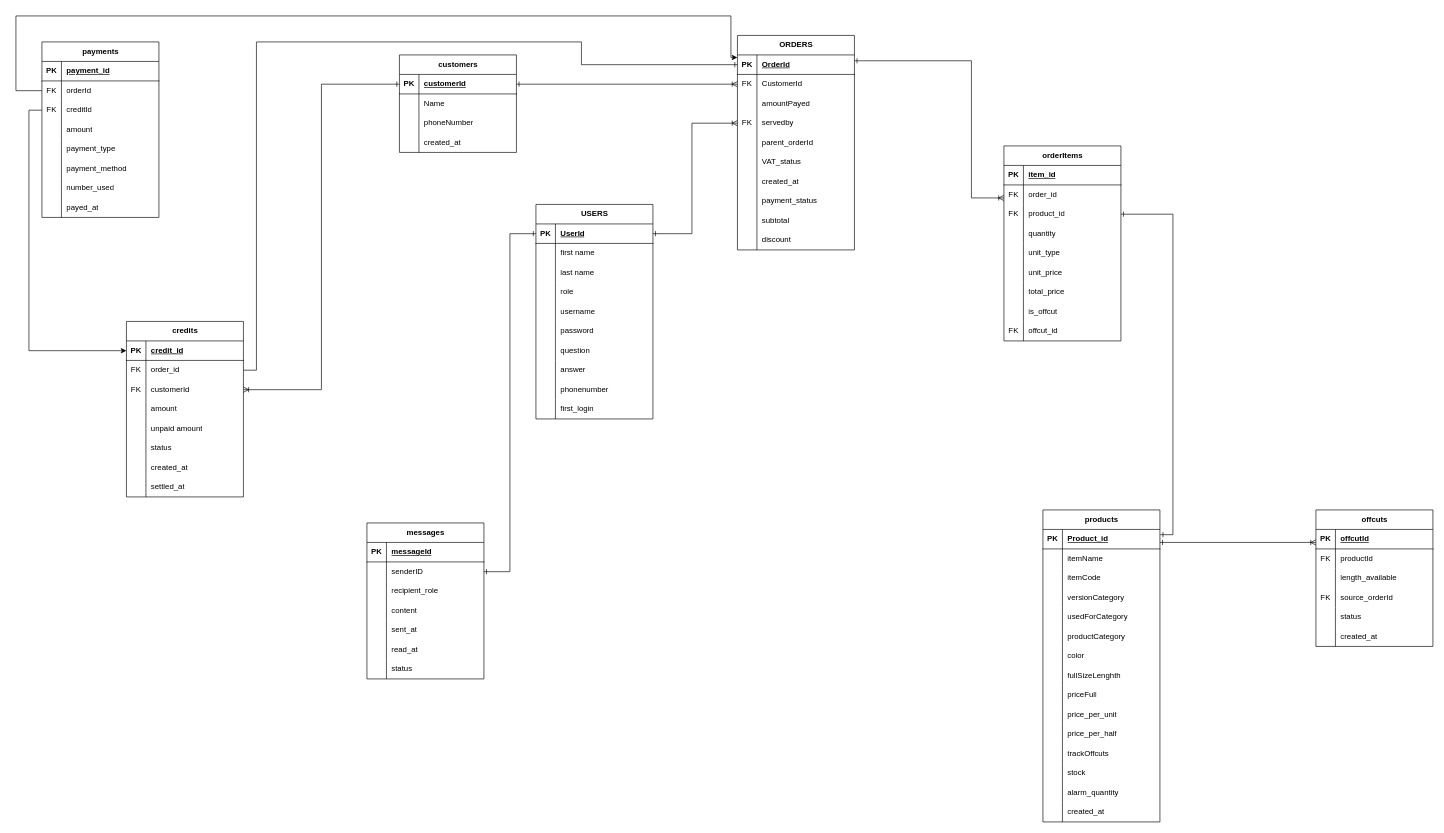
The draw.io diagram emirateCo project diagrams/ERD_DIAGRAM.drawio in mohaski/EmiratesCo-project, before the edit. Source tidied: cells renumbered, new cells numbered last; positions are measured from the earlier drawing's top-left corner, leaving out a move shared by most shapes. Both pictures are drawn from the tidied source at 65%, with x=0, y=0 at pixel (16, 16).
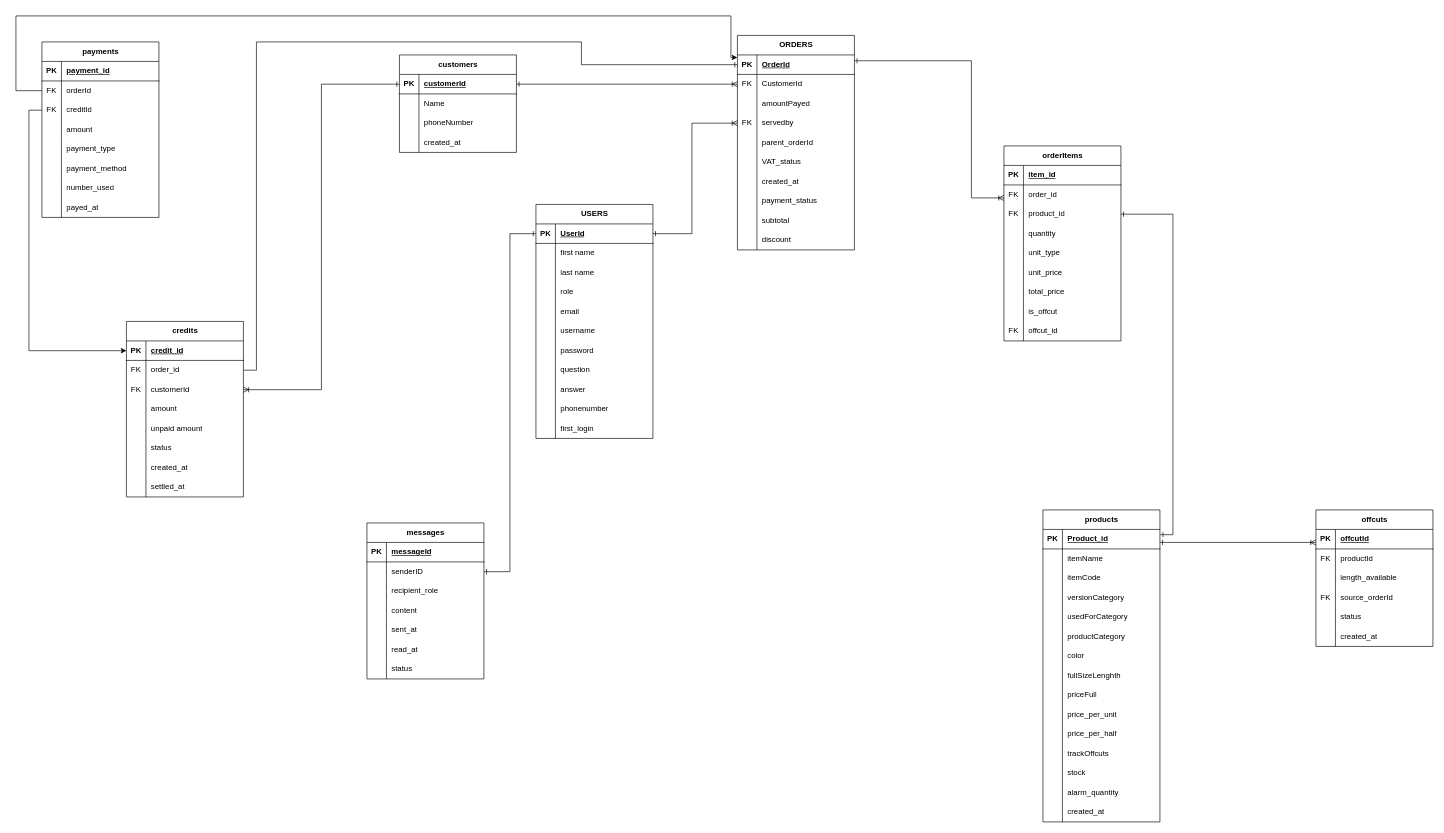
The same page after the edit.

What changed in the source:
```diff
@@
     <mxCell id="2" value="USERS" style="shape=table;startSize=30;childLayout=tableLayout;rowLines=0;fontStyle=1;align=center;html=1;" parent="1" vertex="1">
-      <mxGeometry x="800" y="290" width="180" height="330" as="geometry" />
+      <mxGeometry x="800" y="290" width="180" height="360" as="geometry" />
     </mxCell>
@@
+    <mxCell id="252" style="shape=tableRow;horizontal=0;startSize=0;swimlaneHead=0;swimlaneBody=0;fillColor=none;top=0;left=0;right=0;bottom=0;" parent="2" vertex="1">
+      <mxGeometry y="150" width="180" height="30" as="geometry" />
+    </mxCell>
+    <mxCell id="253" style="shape=partialRectangle;fillColor=none;top=0;left=0;bottom=0;right=0;overflow=hidden;whiteSpace=wrap;html=1;" parent="252" vertex="1">
+      <mxGeometry width="30" height="30" as="geometry" />
+    </mxCell>
+    <mxCell id="254" value="email" style="shape=partialRectangle;fillColor=none;top=0;left=0;bottom=0;right=0;align=left;spacingLeft=6;overflow=hidden;whiteSpace=wrap;html=1;" parent="252" vertex="1">
+      <mxGeometry x="30" width="150" height="30" as="geometry" />
+    </mxCell>
     <mxCell id="15" style="shape=tableRow;horizontal=0;startSize=0;swimlaneHead=0;swimlaneBody=0;fillColor=none;top=0;left=0;right=0;bottom=0;" parent="2" vertex="1">
-      <mxGeometry y="150" width="180" height="30" as="geometry" />
+      <mxGeometry y="180" width="180" height="30" as="geometry" />
     </mxCell>
@@
     <mxCell id="18" style="shape=tableRow;horizontal=0;startSize=0;swimlaneHead=0;swimlaneBody=0;fillColor=none;top=0;left=0;right=0;bottom=0;" parent="2" vertex="1">
-      <mxGeometry y="180" width="180" height="30" as="geometry" />
+      <mxGeometry y="210" width="180" height="30" as="geometry" />
     </mxCell>
@@
     <mxCell id="21" style="shape=tableRow;horizontal=0;startSize=0;swimlaneHead=0;swimlaneBody=0;fillColor=none;top=0;left=0;right=0;bottom=0;" parent="2" vertex="1">
-      <mxGeometry y="210" width="180" height="30" as="geometry" />
+      <mxGeometry y="240" width="180" height="30" as="geometry" />
     </mxCell>
@@
     <mxCell id="24" style="shape=tableRow;horizontal=0;startSize=0;swimlaneHead=0;swimlaneBody=0;fillColor=none;top=0;left=0;right=0;bottom=0;" parent="2" vertex="1">
-      <mxGeometry y="240" width="180" height="30" as="geometry" />
+      <mxGeometry y="270" width="180" height="30" as="geometry" />
     </mxCell>
@@
     <mxCell id="27" style="shape=tableRow;horizontal=0;startSize=0;swimlaneHead=0;swimlaneBody=0;fillColor=none;top=0;left=0;right=0;bottom=0;" parent="2" vertex="1">
-      <mxGeometry y="270" width="180" height="30" as="geometry" />
+      <mxGeometry y="300" width="180" height="30" as="geometry" />
     </mxCell>
@@
     <mxCell id="30" style="shape=tableRow;horizontal=0;startSize=0;swimlaneHead=0;swimlaneBody=0;fillColor=none;top=0;left=0;right=0;bottom=0;" parent="2" vertex="1">
-      <mxGeometry y="300" width="180" height="30" as="geometry" />
+      <mxGeometry y="330" width="180" height="30" as="geometry" />
     </mxCell>
```
